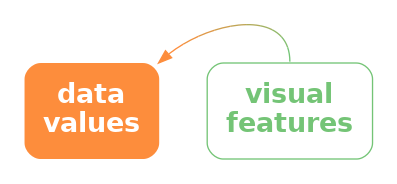
Before: Diagrams/implicit-decode.png, a diagram exported from Graphviz (pmur002/hdvw). Its source is kept beside it as Diagrams/implicit-decode.dot.
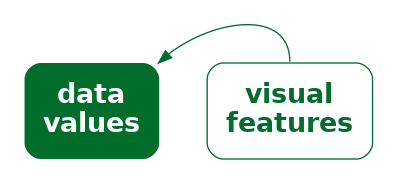
The same diagram one commit later.

What changed in the source:
```diff
@@ -1,9 +1,9 @@
 digraph {
   graph [ rankdir=LR; margin=.2; nodesep=.5 ];
   node [ fontsize=20; fontname="sans bold"; margin=.2 ];
-  data [ label="data\nvalues"; shape=box; style="filled, rounded"; penwidth=0; fontcolor=white; fillcolor="#FD8D3C" ]
+  data [ label="data\nvalues"; shape=box; style="filled, rounded"; penwidth=0; fontcolor=white; fillcolor="#006D2C" ]
   vis [ label="visual\nfeatures"; shape=box;
-     style="rounded"; color="#74C476"; fontcolor="#74C476" ]
-  data -> vis [ style="bold"; penwidth=1; color="#FD8D3C;0.1:#EE9342;0.1:#DF9949;0.1:#CF9F4F;0.1:#C0A556;0.1:#B1AC5C;0.1:#A2B263;0.1:#92B869;0.1:#83BE70;0.1:#74C476;0.1" ] [ style="invis" ]
-  vis:n -> data:ne [ style="solid", color="#74C476;0.1:#83BE70;0.1:#92B869;0.1:#A2B263;0.1:#B1AC5C;0.1:#C0A556;0.1:#CF9F4F;0.1:#DF9949;0.1:#EE9342;0.1:#FD8D3C;0.1" ]
+     style="rounded"; color="#006D2C"; fontcolor="#006D2C" ]
+  data -> vis [ style="bold"; penwidth=1; color="#006D2C" ] [ style="invis" ]
+  vis:n -> data:ne [ style="solid", color="#006D2C" ]
 }
```
